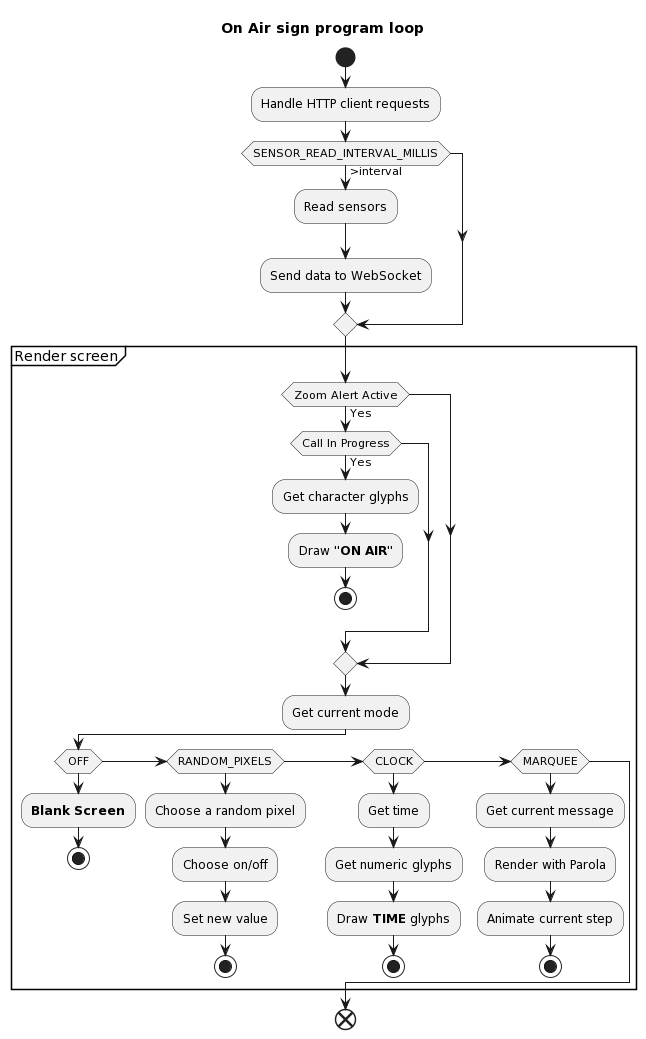
skhg/on-air keeps this PlantUML diagram as images/workflow.png. Above is the earlier version.
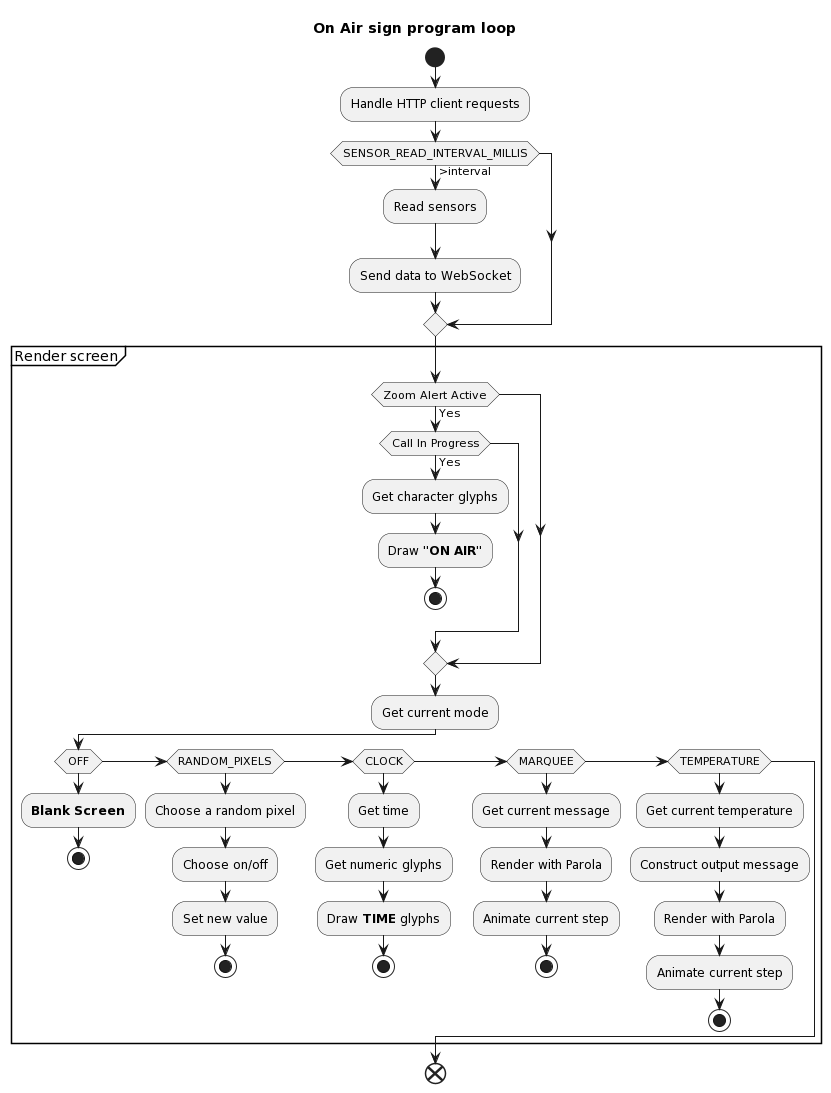
Above is the later version.

Commit message:
Add temperature display feature (#20)

What changed in the source:
```diff
@@ -42,6 +42,12 @@
         :Render with Parola;
         :Animate current step;
         stop
+    elseif(TEMPERATURE)
+        :Get current temperature;
+        :Construct output message;
+        :Render with Parola;
+        :Animate current step;
+        stop
     endif
 }
 
```
